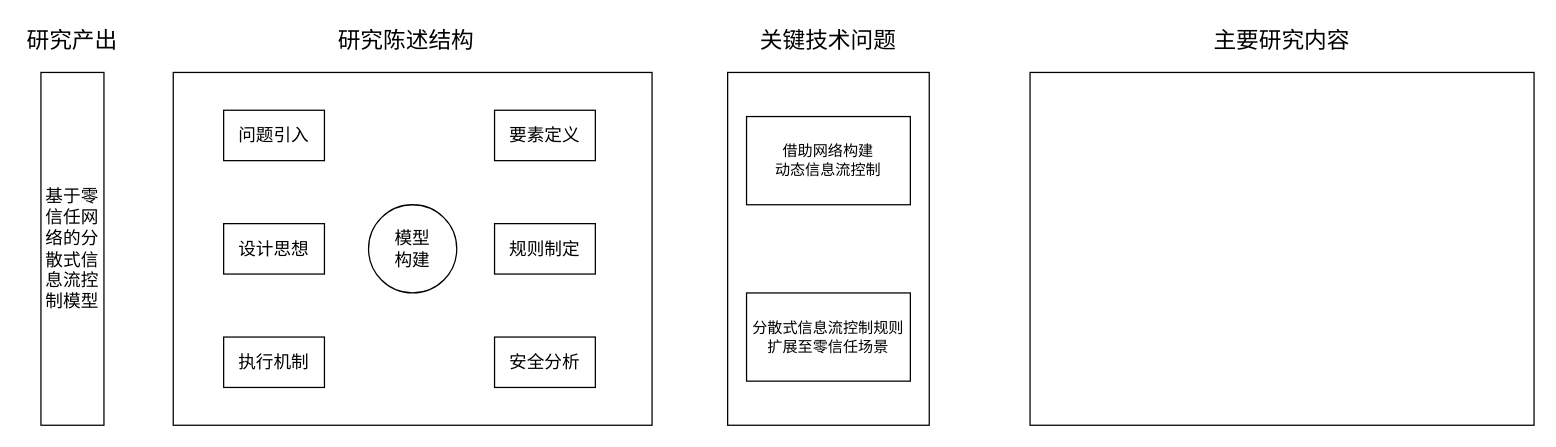
The draw.io diagram 第三章研究内容.drawio in ZhuShouCheng/notebook, before the edit. Source tidied: cells renumbered, new cells numbered last; positions are measured from the earlier drawing's top-left corner, leaving out a move shared by most shapes. Both pictures are drawn from the tidied source at 126%, with x=0, y=0 at pixel (21, 21).
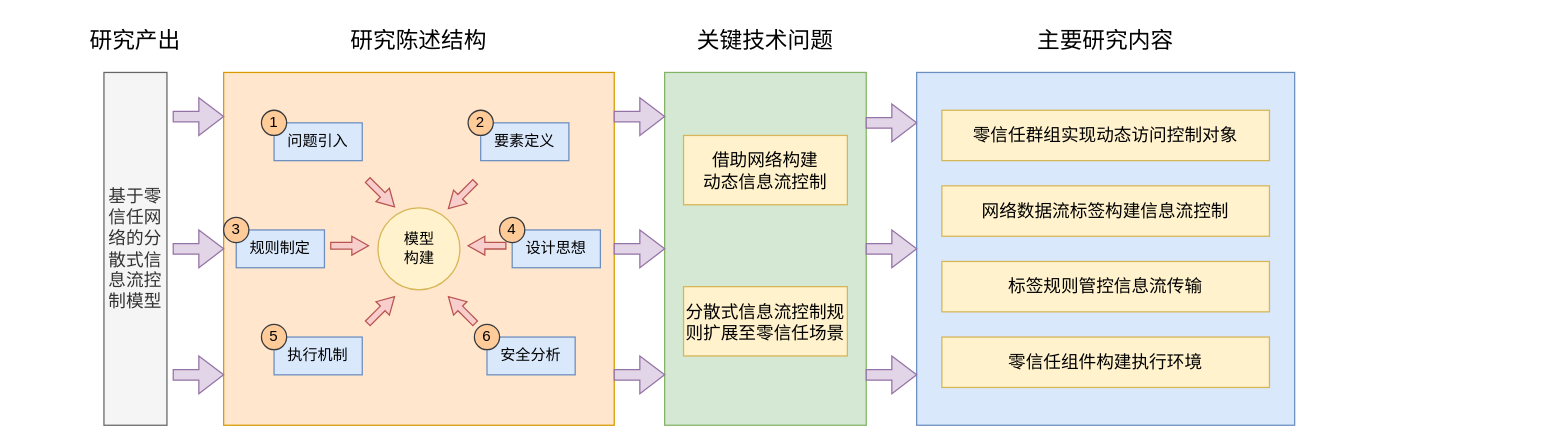
Above is the later version.

Commit message:
更新第三章研究内容.drawio

Change to the diagram source:
```diff
@@
-    <mxCell id="2" style="rounded=0;whiteSpace=wrap;html=1;" parent="1" vertex="1">
-      <mxGeometry x="120" y="40" width="380" height="280" as="geometry" />
+    <mxCell id="2" style="rounded=0;whiteSpace=wrap;html=1;fillColor=#ffe6cc;strokeColor=#d79b00;" parent="1" vertex="1">
+      <mxGeometry x="160" y="40" width="310" height="280" as="geometry" />
     </mxCell>
-    <mxCell id="3" value="&lt;font style=&quot;font-size: 14px;&quot;&gt;基于零信任网络的分散式信息流控制模型&lt;/font&gt;" style="rounded=0;whiteSpace=wrap;html=1;" parent="1" vertex="1">
-      <mxGeometry x="15" y="40" width="50" height="280" as="geometry" />
+    <mxCell id="3" value="&lt;font style=&quot;font-size: 14px;&quot;&gt;基于零信任网络的分散式信息流控制模型&lt;/font&gt;" style="rounded=0;whiteSpace=wrap;html=1;fillColor=#f5f5f5;fontColor=#333333;strokeColor=#666666;" parent="1" vertex="1">
+      <mxGeometry x="65" y="40" width="50" height="280" as="geometry" />
     </mxCell>
     <mxCell id="4" value="&lt;font style=&quot;font-size: 18px;&quot;&gt;研究产出&lt;/font&gt;" style="text;html=1;strokeColor=none;fillColor=none;align=center;verticalAlign=middle;whiteSpace=wrap;rounded=0;" parent="1" vertex="1">
-      <mxGeometry width="80" height="30" as="geometry" />
+      <mxGeometry x="50" width="80" height="30" as="geometry" />
     </mxCell>
     <mxCell id="5" value="&lt;font style=&quot;font-size: 18px;&quot;&gt;研究陈述结构&lt;/font&gt;" style="text;html=1;strokeColor=none;fillColor=none;align=center;verticalAlign=middle;whiteSpace=wrap;rounded=0;" parent="1" vertex="1">
-      <mxGeometry x="235" width="140" height="30" as="geometry" />
+      <mxGeometry x="245" width="140" height="30" as="geometry" />
     </mxCell>
-    <mxCell id="6" value="&lt;font style=&quot;font-size: 14px;&quot;&gt;模型&lt;br&gt;构建&lt;/font&gt;" style="ellipse;whiteSpace=wrap;html=1;" parent="1" vertex="1">
-      <mxGeometry x="275" y="145" width="70" height="70" as="geometry" />
+    <mxCell id="6" value="&lt;font style=&quot;font-size: 12px;&quot;&gt;模型&lt;br&gt;构建&lt;/font&gt;" style="ellipse;whiteSpace=wrap;html=1;fillColor=#fff2cc;strokeColor=#d6b656;" parent="1" vertex="1">
+      <mxGeometry x="282.5" y="147.5" width="65" height="65" as="geometry" />
     </mxCell>
-    <mxCell id="7" value="&lt;font style=&quot;font-size: 14px;&quot;&gt;问题引入&lt;/font&gt;" style="rounded=0;whiteSpace=wrap;html=1;" parent="1" vertex="1">
-      <mxGeometry x="160" y="70" width="80" height="40" as="geometry" />
-    </mxCell>
-    <mxCell id="8" value="&lt;span style=&quot;font-size: 14px;&quot;&gt;规则制定&lt;/span&gt;" style="rounded=0;whiteSpace=wrap;html=1;" parent="1" vertex="1">
-      <mxGeometry x="375" y="160" width="80" height="40" as="geometry" />
-    </mxCell>
-    <mxCell id="9" value="&lt;span style=&quot;font-size: 14px;&quot;&gt;要素定义&lt;/span&gt;" style="rounded=0;whiteSpace=wrap;html=1;" parent="1" vertex="1">
-      <mxGeometry x="375" y="70" width="80" height="40" as="geometry" />
-    </mxCell>
-    <mxCell id="10" value="&lt;span style=&quot;font-size: 14px;&quot;&gt;设计思想&lt;/span&gt;" style="rounded=0;whiteSpace=wrap;html=1;" parent="1" vertex="1">
-      <mxGeometry x="160" y="160" width="80" height="40" as="geometry" />
-    </mxCell>
-    <mxCell id="11" style="rounded=0;whiteSpace=wrap;html=1;" parent="1" vertex="1">
-      <mxGeometry x="560" y="40" width="160" height="280" as="geometry" />
+    <mxCell id="11" style="rounded=0;whiteSpace=wrap;html=1;fillColor=#d5e8d4;strokeColor=#82b366;" parent="1" vertex="1">
+      <mxGeometry x="510" y="40" width="160" height="280" as="geometry" />
     </mxCell>
     <mxCell id="12" value="&lt;span style=&quot;font-size: 18px;&quot;&gt;关键技术问题&lt;/span&gt;" style="text;html=1;strokeColor=none;fillColor=none;align=center;verticalAlign=middle;whiteSpace=wrap;rounded=0;" parent="1" vertex="1">
-      <mxGeometry x="570" width="140" height="30" as="geometry" />
+      <mxGeometry x="520" width="140" height="30" as="geometry" />
     </mxCell>
-    <mxCell id="13" value="分散式信息流控制规则扩展至零信任场景" style="rounded=0;whiteSpace=wrap;html=1;" parent="1" vertex="1">
-      <mxGeometry x="575" y="215" width="130" height="70" as="geometry" />
+    <mxCell id="13" value="&lt;font style=&quot;font-size: 14px;&quot;&gt;分散式信息流控制规则扩展至零信任场景&lt;/font&gt;" style="rounded=0;whiteSpace=wrap;html=1;fillColor=#fff2cc;strokeColor=#d6b656;" parent="1" vertex="1">
+      <mxGeometry x="525" y="210" width="130" height="55" as="geometry" />
     </mxCell>
-    <mxCell id="14" value="借助网络构建&lt;br&gt;动态信息流控制" style="rounded=0;whiteSpace=wrap;html=1;" parent="1" vertex="1">
-      <mxGeometry x="575" y="75" width="130" height="70" as="geometry" />
+    <mxCell id="14" value="&lt;font style=&quot;font-size: 14px;&quot;&gt;借助网络构建&lt;br&gt;动态信息流控制&lt;/font&gt;" style="rounded=0;whiteSpace=wrap;html=1;fillColor=#fff2cc;strokeColor=#d6b656;" parent="1" vertex="1">
+      <mxGeometry x="525" y="90" width="130" height="55" as="geometry" />
     </mxCell>
-    <mxCell id="15" style="rounded=0;whiteSpace=wrap;html=1;" parent="1" vertex="1">
-      <mxGeometry x="800" y="40" width="400" height="280" as="geometry" />
+    <mxCell id="15" style="rounded=0;whiteSpace=wrap;html=1;fillColor=#dae8fc;strokeColor=#6c8ebf;" parent="1" vertex="1">
+      <mxGeometry x="710" y="40" width="300" height="280" as="geometry" />
     </mxCell>
     <mxCell id="16" value="&lt;span style=&quot;font-size: 18px;&quot;&gt;主要研究内容&lt;/span&gt;" style="text;html=1;strokeColor=none;fillColor=none;align=center;verticalAlign=middle;whiteSpace=wrap;rounded=0;" parent="1" vertex="1">
-      <mxGeometry x="930" width="140" height="30" as="geometry" />
+      <mxGeometry x="790" width="140" height="30" as="geometry" />
     </mxCell>
+    <mxCell id="19" value="&lt;font style=&quot;font-size: 14px;&quot;&gt;零信任群组实现动态访问控制对象&lt;/font&gt;" style="rounded=0;whiteSpace=wrap;html=1;fillColor=#fff2cc;strokeColor=#d6b656;" parent="1" vertex="1">
+      <mxGeometry x="730" y="70" width="260" height="40" as="geometry" />
+    </mxCell>
+    <mxCell id="20" value="&lt;font style=&quot;font-size: 14px;&quot;&gt;网络数据流标签构建信息流控制&lt;/font&gt;" style="rounded=0;whiteSpace=wrap;html=1;fillColor=#fff2cc;strokeColor=#d6b656;" parent="1" vertex="1">
+      <mxGeometry x="730" y="130" width="260" height="40" as="geometry" />
+    </mxCell>
+    <mxCell id="21" value="&lt;font style=&quot;font-size: 14px;&quot;&gt;标签规则管控信息流传输&lt;/font&gt;" style="rounded=0;whiteSpace=wrap;html=1;fillColor=#fff2cc;strokeColor=#d6b656;" parent="1" vertex="1">
+      <mxGeometry x="730" y="190" width="260" height="40" as="geometry" />
+    </mxCell>
+    <mxCell id="22" value="&lt;font style=&quot;font-size: 14px;&quot;&gt;零信任组件构建执行环境&lt;/font&gt;" style="rounded=0;whiteSpace=wrap;html=1;fillColor=#fff2cc;strokeColor=#d6b656;" parent="1" vertex="1">
+      <mxGeometry x="730" y="250" width="260" height="40" as="geometry" />
+    </mxCell>
+    <mxCell id="7" value="&lt;font style=&quot;font-size: 12px;&quot;&gt;问题引入&lt;/font&gt;" style="rounded=0;whiteSpace=wrap;html=1;fillColor=#dae8fc;strokeColor=#6c8ebf;" parent="1" vertex="1">
+      <mxGeometry x="200" y="80" width="70" height="30" as="geometry" />
+    </mxCell>
+    <mxCell id="23" value="1" style="ellipse;whiteSpace=wrap;html=1;fillColor=#ffcc99;strokeColor=#36393d;" parent="1" vertex="1">
+      <mxGeometry x="190" y="70" width="20" height="20" as="geometry" />
+    </mxCell>
+    <mxCell id="24" style="html=1;shadow=0;dashed=0;align=center;verticalAlign=middle;shape=mxgraph.arrows2.arrow;dy=0.65;dx=13.27;notch=0;rotation=0;fillColor=#f8cecc;strokeColor=#b85450;" parent="1" vertex="1">
+      <mxGeometry x="245" y="170" width="30" height="15" as="geometry" />
+    </mxCell>
+    <mxCell id="25" style="html=1;shadow=0;dashed=0;align=center;verticalAlign=middle;shape=mxgraph.arrows2.arrow;dy=0.65;dx=13.27;notch=0;rotation=-180;fillColor=#f8cecc;strokeColor=#b85450;" parent="1" vertex="1">
+      <mxGeometry x="354" y="170" width="30" height="15" as="geometry" />
+    </mxCell>
+    <mxCell id="9" value="&lt;font style=&quot;font-size: 12px;&quot;&gt;要素定义&lt;/font&gt;" style="rounded=0;whiteSpace=wrap;html=1;fillColor=#dae8fc;strokeColor=#6c8ebf;" parent="1" vertex="1">
+      <mxGeometry x="364" y="80" width="70" height="30" as="geometry" />
+    </mxCell>
+    <mxCell id="26" value="2" style="ellipse;whiteSpace=wrap;html=1;fillColor=#ffcc99;strokeColor=#36393d;" parent="1" vertex="1">
+      <mxGeometry x="354" y="70" width="20" height="20" as="geometry" />
+    </mxCell>
+    <mxCell id="8" value="&lt;font style=&quot;font-size: 12px;&quot;&gt;规则制定&lt;/font&gt;" style="rounded=0;whiteSpace=wrap;html=1;fillColor=#dae8fc;strokeColor=#6c8ebf;" parent="1" vertex="1">
+      <mxGeometry x="170" y="165" width="70" height="30" as="geometry" />
+    </mxCell>
+    <mxCell id="27" value="3" style="ellipse;whiteSpace=wrap;html=1;fillColor=#ffcc99;strokeColor=#36393d;" parent="1" vertex="1">
+      <mxGeometry x="160" y="155" width="20" height="20" as="geometry" />
+    </mxCell>
+    <mxCell id="10" value="设计思想" style="rounded=0;whiteSpace=wrap;html=1;fillColor=#dae8fc;strokeColor=#6c8ebf;" parent="1" vertex="1">
+      <mxGeometry x="389" y="165" width="70" height="30" as="geometry" />
+    </mxCell>
+    <mxCell id="28" value="4" style="ellipse;whiteSpace=wrap;html=1;fillColor=#ffcc99;strokeColor=#36393d;" parent="1" vertex="1">
+      <mxGeometry x="379" y="155" width="20" height="20" as="geometry" />
+    </mxCell>
+    <mxCell id="18" value="&lt;font style=&quot;font-size: 12px;&quot;&gt;执行机制&lt;/font&gt;" style="rounded=0;whiteSpace=wrap;html=1;fillColor=#dae8fc;strokeColor=#6c8ebf;" parent="1" vertex="1">
+      <mxGeometry x="200" y="250" width="70" height="30" as="geometry" />
+    </mxCell>
+    <mxCell id="29" value="5" style="ellipse;whiteSpace=wrap;html=1;fillColor=#ffcc99;strokeColor=#36393d;" parent="1" vertex="1">
+      <mxGeometry x="190" y="240" width="20" height="20" as="geometry" />
+    </mxCell>
-    <mxCell id="17" value="&lt;span style=&quot;font-size: 14px;&quot;&gt;安全分析&lt;/span&gt;" style="rounded=0;whiteSpace=wrap;html=1;" parent="1" vertex="1">
-      <mxGeometry x="375" y="250" width="80" height="40" as="geometry" />
+    <mxCell id="17" value="安全分析" style="rounded=0;whiteSpace=wrap;html=1;fillColor=#dae8fc;strokeColor=#6c8ebf;" parent="1" vertex="1">
+      <mxGeometry x="369" y="250" width="70" height="30" as="geometry" />
     </mxCell>
-    <mxCell id="18" value="&lt;span style=&quot;font-size: 14px;&quot;&gt;执行机制&lt;/span&gt;" style="rounded=0;whiteSpace=wrap;html=1;" parent="1" vertex="1">
-      <mxGeometry x="160" y="250" width="80" height="40" as="geometry" />
-    </mxCell>
+    <mxCell id="30" value="6" style="ellipse;whiteSpace=wrap;html=1;fillColor=#ffcc99;strokeColor=#36393d;" parent="1" vertex="1">
+      <mxGeometry x="359" y="240" width="20" height="20" as="geometry" />
+    </mxCell>
+    <mxCell id="31" style="html=1;shadow=0;dashed=0;align=center;verticalAlign=middle;shape=mxgraph.arrows2.arrow;dy=0.72;dx=19.69;notch=0;fillColor=#e1d5e7;strokeColor=#9673a6;" parent="1" vertex="1">
+      <mxGeometry x="120" y="60" width="40" height="30" as="geometry" />
+    </mxCell>
+    <mxCell id="32" style="html=1;shadow=0;dashed=0;align=center;verticalAlign=middle;shape=mxgraph.arrows2.arrow;dy=0.72;dx=19.69;notch=0;fillColor=#e1d5e7;strokeColor=#9673a6;" parent="1" vertex="1">
+      <mxGeometry x="120" y="165" width="40" height="30" as="geometry" />
+    </mxCell>
+    <mxCell id="33" style="html=1;shadow=0;dashed=0;align=center;verticalAlign=middle;shape=mxgraph.arrows2.arrow;dy=0.72;dx=19.69;notch=0;fillColor=#e1d5e7;strokeColor=#9673a6;" parent="1" vertex="1">
+      <mxGeometry x="120" y="265" width="40" height="30" as="geometry" />
+    </mxCell>
+    <mxCell id="34" style="html=1;shadow=0;dashed=0;align=center;verticalAlign=middle;shape=mxgraph.arrows2.arrow;dy=0.72;dx=19.69;notch=0;fillColor=#e1d5e7;strokeColor=#9673a6;" parent="1" vertex="1">
+      <mxGeometry x="470" y="60" width="40" height="30" as="geometry" />
+    </mxCell>
+    <mxCell id="35" style="html=1;shadow=0;dashed=0;align=center;verticalAlign=middle;shape=mxgraph.arrows2.arrow;dy=0.72;dx=19.69;notch=0;fillColor=#e1d5e7;strokeColor=#9673a6;" parent="1" vertex="1">
+      <mxGeometry x="470" y="165" width="40" height="30" as="geometry" />
+    </mxCell>
+    <mxCell id="36" style="html=1;shadow=0;dashed=0;align=center;verticalAlign=middle;shape=mxgraph.arrows2.arrow;dy=0.72;dx=19.69;notch=0;fillColor=#e1d5e7;strokeColor=#9673a6;" parent="1" vertex="1">
+      <mxGeometry x="470" y="265" width="40" height="30" as="geometry" />
+    </mxCell>
+    <mxCell id="37" style="html=1;shadow=0;dashed=0;align=center;verticalAlign=middle;shape=mxgraph.arrows2.arrow;dy=0.72;dx=19.69;notch=0;fillColor=#e1d5e7;strokeColor=#9673a6;" parent="1" vertex="1">
+      <mxGeometry x="670" y="65" width="40" height="30" as="geometry" />
+    </mxCell>
+    <mxCell id="38" style="html=1;shadow=0;dashed=0;align=center;verticalAlign=middle;shape=mxgraph.arrows2.arrow;dy=0.72;dx=19.69;notch=0;fillColor=#e1d5e7;strokeColor=#9673a6;" parent="1" vertex="1">
+      <mxGeometry x="670" y="165" width="40" height="30" as="geometry" />
+    </mxCell>
+    <mxCell id="39" style="html=1;shadow=0;dashed=0;align=center;verticalAlign=middle;shape=mxgraph.arrows2.arrow;dy=0.72;dx=19.69;notch=0;fillColor=#e1d5e7;strokeColor=#9673a6;" parent="1" vertex="1">
+      <mxGeometry x="670" y="265" width="40" height="30" as="geometry" />
+    </mxCell>
+    <mxCell id="40" style="html=1;shadow=0;dashed=0;align=center;verticalAlign=middle;shape=mxgraph.arrows2.arrow;dy=0.65;dx=13.27;notch=0;rotation=45;fillColor=#f8cecc;strokeColor=#b85450;" parent="1" vertex="1">
+      <mxGeometry x="270" y="128.5" width="30" height="15" as="geometry" />
+    </mxCell>
+    <mxCell id="41" style="html=1;shadow=0;dashed=0;align=center;verticalAlign=middle;shape=mxgraph.arrows2.arrow;dy=0.65;dx=13.27;notch=0;rotation=-225;fillColor=#f8cecc;strokeColor=#b85450;" parent="1" vertex="1">
+      <mxGeometry x="334" y="130" width="30" height="15" as="geometry" />
+    </mxCell>
+    <mxCell id="42" style="html=1;shadow=0;dashed=0;align=center;verticalAlign=middle;shape=mxgraph.arrows2.arrow;dy=0.65;dx=13.27;notch=0;rotation=-45;fillColor=#f8cecc;strokeColor=#b85450;" parent="1" vertex="1">
+      <mxGeometry x="270" y="221" width="30" height="15" as="geometry" />
+    </mxCell>
+    <mxCell id="43" style="html=1;shadow=0;dashed=0;align=center;verticalAlign=middle;shape=mxgraph.arrows2.arrow;dy=0.65;dx=13.27;notch=0;rotation=-135;fillColor=#f8cecc;strokeColor=#b85450;" parent="1" vertex="1">
+      <mxGeometry x="334" y="221" width="30" height="15" as="geometry" />
+    </mxCell>
```
